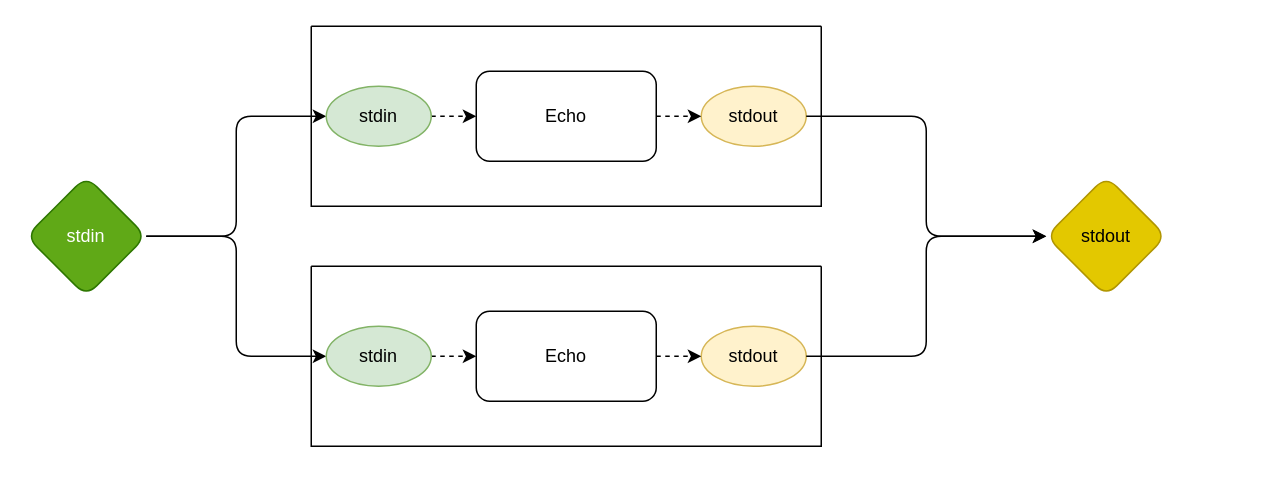
z64/odin0d keeps this draw.io diagram as example.drawio. Above is the earlier version. Source tidied: cells renumbered, new cells numbered last; positions are measured from the earlier drawing's top-left corner, leaving out a move shared by most shapes. Both pictures are drawn from the tidied source at 150%, with x=0, y=0 at pixel (26, 26).
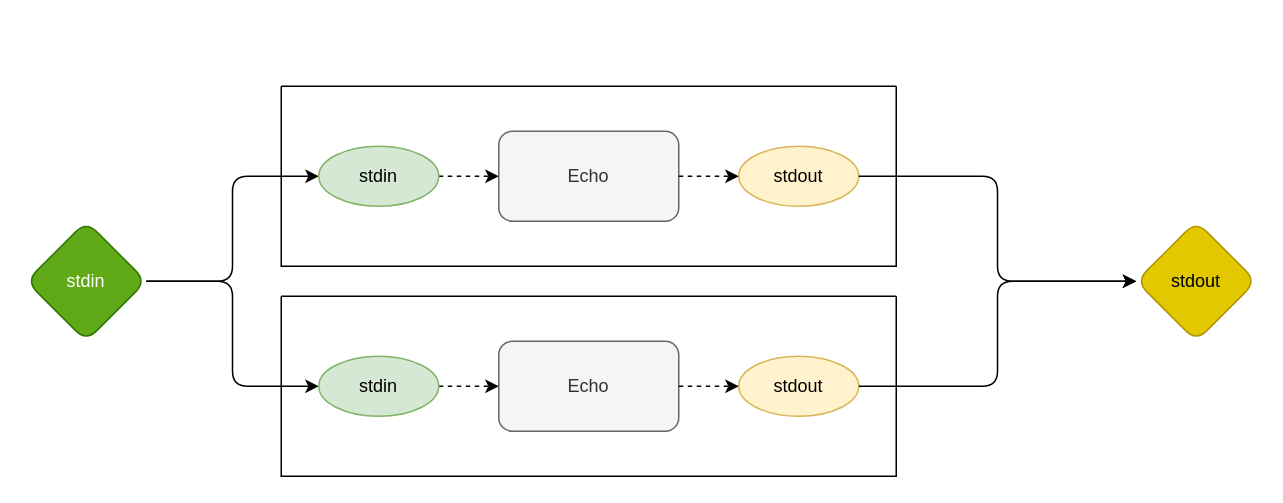
Above is the later version.

What changed in the source:
```diff
@@
 <mxGraphModel>
   <root>
     <mxCell id="0" />
     <mxCell id="1" parent="0" />
-    <mxCell id="2" style="edgeStyle=orthogonalEdgeStyle;rounded=1;jettySize=auto;html=1;exitX=1;exitY=0.5;exitDx=0;exitDy=0;entryX=0;entryY=0.5;entryDx=0;entryDy=0;" parent="1" edge="1" source="4" target="9">
-      <mxGeometry relative="1" as="geometry" />
-    </mxCell>
-    <mxCell id="3" style="edgeStyle=orthogonalEdgeStyle;rounded=1;jettySize=auto;html=1;exitX=1;exitY=0.5;exitDx=0;exitDy=0;entryX=0;entryY=0.5;entryDx=0;entryDy=0;" parent="1" edge="1" source="4" target="15">
-      <mxGeometry relative="1" as="geometry" />
-    </mxCell>
+    <mxCell id="20" style="edgeStyle=orthogonalEdgeStyle;rounded=1;jettySize=auto;html=1;exitX=1;exitY=0.5;exitDx=0;exitDy=0;entryX=0;entryY=0.5;entryDx=0;entryDy=0;" parent="1" edge="1" source="4" target="25">
+      <mxGeometry relative="1" as="geometry" />
+    </mxCell>
+    <mxCell id="21" style="edgeStyle=orthogonalEdgeStyle;rounded=1;jettySize=auto;html=1;exitX=1;exitY=0.5;exitDx=0;exitDy=0;entryX=0;entryY=0.5;entryDx=0;entryDy=0;" parent="1" edge="1" source="4" target="31">
+      <mxGeometry relative="1" as="geometry" />
+    </mxCell>
     <mxCell id="4" value="stdin" style="rhombus;whiteSpace=wrap;html=1;rounded=1;fillColor=#60a917;strokeColor=#2D7600;fontColor=#ffffff;" parent="1" vertex="1">
-      <mxGeometry y="100" width="80" height="80" as="geometry" />
+      <mxGeometry y="130" width="80" height="80" as="geometry" />
     </mxCell>
     <mxCell id="5" value="stdout" style="rhombus;whiteSpace=wrap;html=1;rounded=1;fillColor=#e3c800;strokeColor=#B09500;fontColor=#000000;" parent="1" vertex="1">
-      <mxGeometry x="680" y="100" width="80" height="80" as="geometry" />
+      <mxGeometry x="740" y="130" width="80" height="80" as="geometry" />
     </mxCell>
-    <mxCell id="6" style="swimlane;startSize=0;rounded=1;" parent="1" vertex="1">
-      <mxGeometry x="190" width="340" height="120" as="geometry" />
-    </mxCell>
-    <mxCell id="7" value="Echo" style="rounded=1;whiteSpace=wrap;html=1;" parent="6" vertex="1">
-      <mxGeometry x="110" y="30" width="120" height="60" as="geometry" />
-    </mxCell>
-    <mxCell id="8" style="edgeStyle=orthogonalEdgeStyle;rounded=0;jettySize=auto;html=1;exitX=1;exitY=0.5;exitDx=0;exitDy=0;entryX=0;entryY=0.5;entryDx=0;entryDy=0;dashed=1;" parent="6" edge="1" source="9" target="7">
-      <mxGeometry relative="1" as="geometry" />
-    </mxCell>
-    <mxCell id="9" value="stdin" style="ellipse;whiteSpace=wrap;html=1;rounded=1;fillColor=#d5e8d4;strokeColor=#82b366;" parent="6" vertex="1">
-      <mxGeometry x="10" y="40" width="70" height="40" as="geometry" />
-    </mxCell>
-    <mxCell id="10" value="stdout" style="ellipse;whiteSpace=wrap;html=1;rounded=1;fillColor=#fff2cc;strokeColor=#d6b656;" parent="6" vertex="1">
-      <mxGeometry x="260" y="40" width="70" height="40" as="geometry" />
-    </mxCell>
-    <mxCell id="11" style="edgeStyle=orthogonalEdgeStyle;rounded=0;jettySize=auto;html=1;exitX=1;exitY=0.5;exitDx=0;exitDy=0;entryX=0;entryY=0.5;entryDx=0;entryDy=0;dashed=1;" parent="6" edge="1" source="7" target="10">
-      <mxGeometry relative="1" as="geometry" />
-    </mxCell>
-    <mxCell id="12" style="swimlane;startSize=0;rounded=1;" parent="1" vertex="1">
-      <mxGeometry x="190" y="160" width="340" height="120" as="geometry" />
-    </mxCell>
-    <mxCell id="13" value="Echo" style="rounded=1;whiteSpace=wrap;html=1;" parent="12" vertex="1">
-      <mxGeometry x="110" y="30" width="120" height="60" as="geometry" />
-    </mxCell>
-    <mxCell id="14" style="edgeStyle=orthogonalEdgeStyle;rounded=0;jettySize=auto;html=1;exitX=1;exitY=0.5;exitDx=0;exitDy=0;entryX=0;entryY=0.5;entryDx=0;entryDy=0;dashed=1;" parent="12" edge="1" source="15" target="13">
-      <mxGeometry relative="1" as="geometry" />
-    </mxCell>
-    <mxCell id="15" value="stdin" style="ellipse;whiteSpace=wrap;html=1;rounded=1;fillColor=#d5e8d4;strokeColor=#82b366;" parent="12" vertex="1">
-      <mxGeometry x="10" y="40" width="70" height="40" as="geometry" />
-    </mxCell>
-    <mxCell id="16" value="stdout" style="ellipse;whiteSpace=wrap;html=1;rounded=1;fillColor=#fff2cc;strokeColor=#d6b656;" parent="12" vertex="1">
-      <mxGeometry x="260" y="40" width="70" height="40" as="geometry" />
-    </mxCell>
-    <mxCell id="17" style="edgeStyle=orthogonalEdgeStyle;rounded=0;jettySize=auto;html=1;exitX=1;exitY=0.5;exitDx=0;exitDy=0;entryX=0;entryY=0.5;entryDx=0;entryDy=0;dashed=1;" parent="12" edge="1" source="13" target="16">
-      <mxGeometry relative="1" as="geometry" />
-    </mxCell>
-    <mxCell id="18" style="edgeStyle=orthogonalEdgeStyle;rounded=1;jettySize=auto;html=1;exitX=1;exitY=0.5;exitDx=0;exitDy=0;entryX=0;entryY=0.5;entryDx=0;entryDy=0;" parent="1" edge="1" source="16" target="5">
-      <mxGeometry relative="1" as="geometry" />
-    </mxCell>
-    <mxCell id="19" style="edgeStyle=orthogonalEdgeStyle;rounded=1;jettySize=auto;html=1;exitX=1;exitY=0.5;exitDx=0;exitDy=0;entryX=0;entryY=0.5;entryDx=0;entryDy=0;" parent="1" edge="1" source="10" target="5">
-      <mxGeometry relative="1" as="geometry" />
-    </mxCell>
+    <mxCell id="22" style="swimlane;startSize=0;rounded=1;" parent="1" vertex="1">
+      <mxGeometry x="170" y="40" width="410" height="120" as="geometry" />
+    </mxCell>
+    <mxCell id="23" value="Echo" style="rounded=1;whiteSpace=wrap;html=1;fillColor=#f5f5f5;strokeColor=#666666;fontColor=#333333;" parent="22" vertex="1">
+      <mxGeometry x="145" y="30" width="120" height="60" as="geometry" />
+    </mxCell>
+    <mxCell id="24" style="edgeStyle=orthogonalEdgeStyle;rounded=0;jettySize=auto;html=1;exitX=1;exitY=0.5;exitDx=0;exitDy=0;dashed=1;" parent="22" edge="1" source="25" target="23">
+      <mxGeometry relative="1" as="geometry" />
+    </mxCell>
+    <mxCell id="25" value="stdin" style="ellipse;whiteSpace=wrap;html=1;rounded=1;fillColor=#d5e8d4;strokeColor=#82b366;" parent="22" vertex="1">
+      <mxGeometry x="25" y="40" width="80" height="40" as="geometry" />
+    </mxCell>
+    <mxCell id="26" value="stdout" style="ellipse;whiteSpace=wrap;html=1;rounded=1;fillColor=#fff2cc;strokeColor=#d6b656;" parent="22" vertex="1">
+      <mxGeometry x="305" y="40" width="80" height="40" as="geometry" />
+    </mxCell>
+    <mxCell id="27" style="edgeStyle=orthogonalEdgeStyle;rounded=0;jettySize=auto;html=1;exitX=1;exitY=0.5;exitDx=0;exitDy=0;entryX=0;entryY=0.5;entryDx=0;entryDy=0;dashed=1;" parent="22" edge="1" source="23" target="26">
+      <mxGeometry relative="1" as="geometry" />
+    </mxCell>
+    <mxCell id="28" style="swimlane;startSize=0;rounded=1;" parent="1" vertex="1">
+      <mxGeometry x="170" y="180" width="410" height="120" as="geometry" />
+    </mxCell>
+    <mxCell id="29" value="Echo" style="rounded=1;whiteSpace=wrap;html=1;fillColor=#f5f5f5;strokeColor=#666666;fontColor=#333333;" parent="28" vertex="1">
+      <mxGeometry x="145" y="30" width="120" height="60" as="geometry" />
+    </mxCell>
+    <mxCell id="30" style="edgeStyle=orthogonalEdgeStyle;rounded=0;jettySize=auto;html=1;exitX=1;exitY=0.5;exitDx=0;exitDy=0;dashed=1;" parent="28" edge="1" source="31" target="29">
+      <mxGeometry relative="1" as="geometry" />
+    </mxCell>
+    <mxCell id="31" value="stdin" style="ellipse;whiteSpace=wrap;html=1;rounded=1;fillColor=#d5e8d4;strokeColor=#82b366;" parent="28" vertex="1">
+      <mxGeometry x="25" y="40" width="80" height="40" as="geometry" />
+    </mxCell>
+    <mxCell id="32" value="stdout" style="ellipse;whiteSpace=wrap;html=1;rounded=1;fillColor=#fff2cc;strokeColor=#d6b656;" parent="28" vertex="1">
+      <mxGeometry x="305" y="40" width="80" height="40" as="geometry" />
+    </mxCell>
+    <mxCell id="33" style="edgeStyle=orthogonalEdgeStyle;rounded=0;jettySize=auto;html=1;exitX=1;exitY=0.5;exitDx=0;exitDy=0;entryX=0;entryY=0.5;entryDx=0;entryDy=0;dashed=1;" parent="28" edge="1" source="29" target="32">
+      <mxGeometry relative="1" as="geometry" />
+    </mxCell>
+    <mxCell id="34" style="edgeStyle=orthogonalEdgeStyle;rounded=1;jettySize=auto;html=1;exitX=1;exitY=0.5;exitDx=0;exitDy=0;entryX=0;entryY=0.5;entryDx=0;entryDy=0;" parent="1" edge="1" source="32" target="5">
+      <mxGeometry relative="1" as="geometry" />
+    </mxCell>
+    <mxCell id="35" style="edgeStyle=orthogonalEdgeStyle;rounded=1;jettySize=auto;html=1;exitX=1;exitY=0.5;exitDx=0;exitDy=0;entryX=0;entryY=0.5;entryDx=0;entryDy=0;" parent="1" edge="1" source="26" target="5">
+      <mxGeometry relative="1" as="geometry" />
+    </mxCell>
   </root>
 </mxGraphModel>
```
